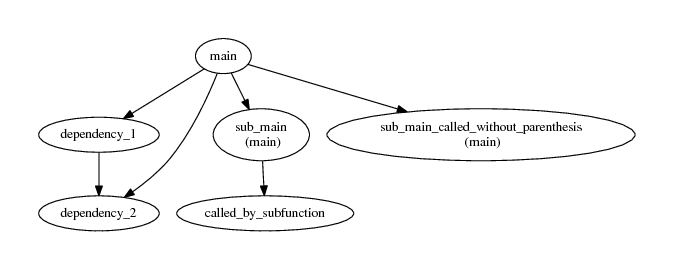
Above: readme_figures/readme_fig3.png in KaeroDot/mDepGen (Graphviz), before the change. Its source is kept beside it as readme_figures/readme_fig3.dot. Its diagram source:
```dot
/* Generated by mDepGen */
digraph dep {
node [shape = oval];
"main" -> "dependency_1" ;
"dependency_1" -> "dependency_2" ;
"main" -> "dependency_2" ;
"main" -> "sub_main\n (main)" ;
"sub_main\n (main)" -> "called_by_subfunction" ;
"main" -> "sub_main_called_without_parenthesis\n (main)" ;
}
```
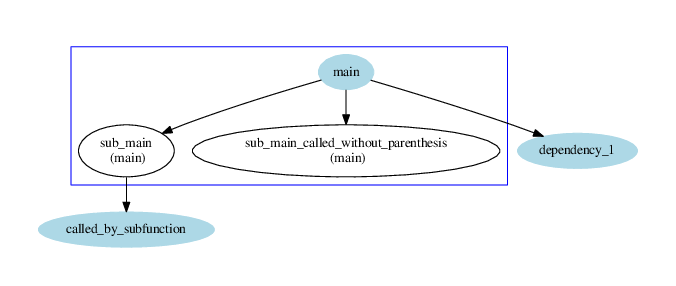
Above is the later version.

The edit, as a diff of the source:
```diff
@@ -1,9 +1,20 @@
 /* Generated by mDepGen */
 digraph dep {
 node [shape = oval];
+/* start of shape definitions */
+"main" [color=lightblue, style=filled];
+"dependency_1" [color=lightblue, style=filled];
+"called_by_subfunction" [color=lightblue, style=filled];
+/* end of shape definitions */
+/* start of subgraph definitions */
+subgraph cluster003 {
+color=blue;
+    "main";
+    "sub_main\n (main)";
+    "sub_main_called_without_parenthesis\n (main)";
+}
+/* end of subgraph definitions */
 "main" -> "dependency_1" ;
-"dependency_1" -> "dependency_2" ;
-"main" -> "dependency_2" ;
 "main" -> "sub_main\n (main)" ;
 "sub_main\n (main)" -> "called_by_subfunction" ;
 "main" -> "sub_main_called_without_parenthesis\n (main)" ;
```
